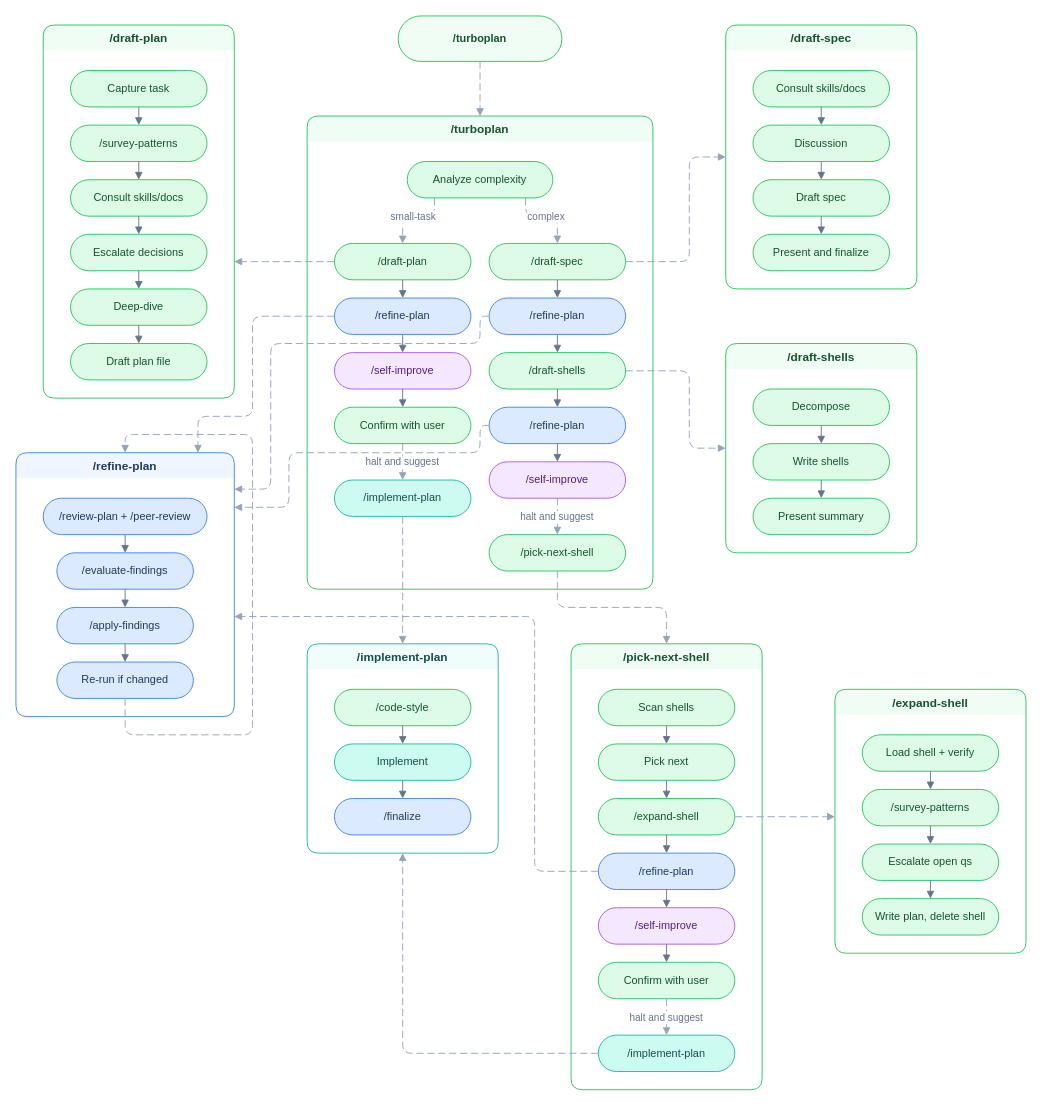
tobihagemann/turbo keeps this draw.io diagram as assets/how-turboplan-connects.drawio. Above is the earlier version. Source tidied: cells renumbered, new cells numbered last; positions are measured from the earlier drawing's top-left corner, leaving out a move shared by most shapes. Both pictures are drawn from the tidied source at 91%, with x=0, y=0 at pixel (15, 15).
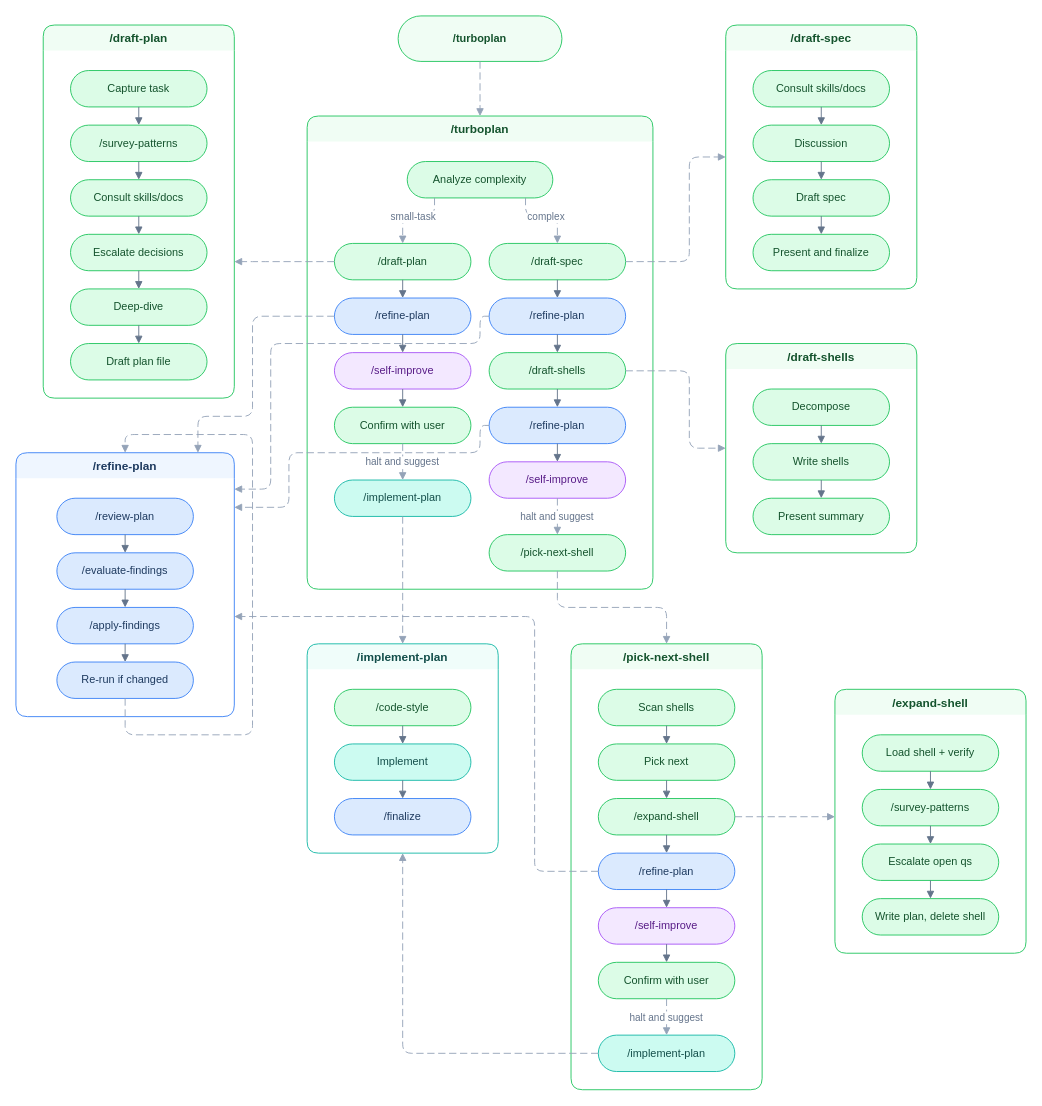
The same page after the edit.

Commit message (it also covers changes not shown here):
Bundle peer review inside /review-code and /review-plan for true parallel fan-out

Unchanged cells that the change refers to:
```xml
<mxCell id="40" value="/refine-plan" style="swimlane;startSize=28;rounded=1;fillColor=#eff6ff;strokeColor=#3b82f6;fontColor=#1e3a5f;fontStyle=1;fontSize=13;swimlaneLine=0;" parent="1" vertex="1">
  <mxGeometry y="480" width="240" height="290" as="geometry" />
</mxCell>
```

Change to the diagram source:
```diff
@@
-    <mxCell id="41" value="/review-plan + /peer-review" style="rounded=1;whiteSpace=wrap;html=1;arcSize=50;fillColor=#dbeafe;strokeColor=#3b82f6;fontColor=#1e3a5f;fontSize=12;" parent="40" vertex="1">
-      <mxGeometry x="30" y="50" width="180" height="40" as="geometry" />
+    <mxCell id="41" value="/review-plan" style="rounded=1;whiteSpace=wrap;html=1;arcSize=50;fillColor=#dbeafe;strokeColor=#3b82f6;fontColor=#1e3a5f;fontSize=12;" parent="40" vertex="1">
+      <mxGeometry x="45" y="50" width="150" height="40" as="geometry" />
     </mxCell>
```
